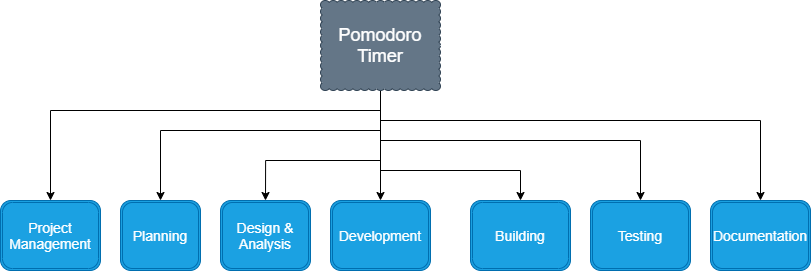
Earlier version of the draw.io export WBS.drawio.png (asherbav/WBS). Source tidied: cells renumbered, new cells last; positions are measured from the earlier drawing's top-left corner, leaving out a move shared by most shapes.
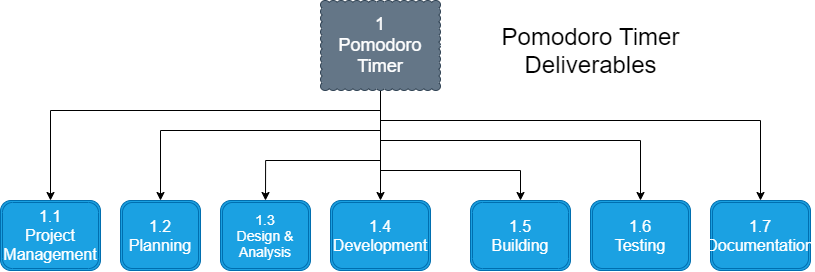
The same diagram one commit later.

Diff of the diagram source:
```diff
@@ -2,80 +2,83 @@
   <root>
     <mxCell id="0" />
     <mxCell id="1" parent="0" />
-    <mxCell id="2" style="edgeStyle=orthogonalEdgeStyle;rounded=0;jettySize=auto;html=1;entryX=0.5;entryY=0;entryDx=0;entryDy=0;" parent="1" edge="1" source="9" target="10">
-      <mxGeometry relative="1" as="geometry">
-        <Array as="points">
-          <mxPoint x="380" y="110" />
-          <mxPoint x="50" y="110" />
-        </Array>
-      </mxGeometry>
-    </mxCell>
-    <mxCell id="3" style="edgeStyle=orthogonalEdgeStyle;rounded=0;jettySize=auto;html=1;entryX=0.5;entryY=0;entryDx=0;entryDy=0;" parent="1" edge="1" source="9" target="16">
-      <mxGeometry relative="1" as="geometry">
-        <Array as="points">
-          <mxPoint x="380" y="120" />
-          <mxPoint x="760" y="120" />
-        </Array>
-      </mxGeometry>
-    </mxCell>
-    <mxCell id="4" style="edgeStyle=orthogonalEdgeStyle;rounded=0;jettySize=auto;html=1;entryX=0.5;entryY=0;entryDx=0;entryDy=0;" parent="1" edge="1" source="9" target="15">
-      <mxGeometry relative="1" as="geometry">
-        <Array as="points">
-          <mxPoint x="380" y="140" />
-          <mxPoint x="640" y="140" />
-        </Array>
-      </mxGeometry>
-    </mxCell>
-    <mxCell id="5" style="edgeStyle=orthogonalEdgeStyle;rounded=0;jettySize=auto;html=1;entryX=0.5;entryY=0;entryDx=0;entryDy=0;" parent="1" edge="1" source="9" target="11">
-      <mxGeometry relative="1" as="geometry">
-        <Array as="points">
-          <mxPoint x="380" y="130" />
-          <mxPoint x="160" y="130" />
-        </Array>
-      </mxGeometry>
-    </mxCell>
-    <mxCell id="6" style="edgeStyle=orthogonalEdgeStyle;rounded=0;jettySize=auto;html=1;entryX=0.5;entryY=0;entryDx=0;entryDy=0;" parent="1" edge="1" source="9" target="14">
-      <mxGeometry relative="1" as="geometry">
-        <Array as="points">
-          <mxPoint x="380" y="170" />
-          <mxPoint x="520" y="170" />
-        </Array>
-      </mxGeometry>
-    </mxCell>
-    <mxCell id="7" style="edgeStyle=orthogonalEdgeStyle;rounded=0;jettySize=auto;html=1;" parent="1" edge="1" source="9" target="13">
-      <mxGeometry relative="1" as="geometry" />
-    </mxCell>
-    <mxCell id="8" style="edgeStyle=orthogonalEdgeStyle;rounded=0;jettySize=auto;html=1;entryX=0.5;entryY=0;entryDx=0;entryDy=0;" parent="1" edge="1" source="9" target="12">
-      <mxGeometry relative="1" as="geometry">
-        <Array as="points">
-          <mxPoint x="380" y="160" />
-          <mxPoint x="265" y="160" />
-        </Array>
-      </mxGeometry>
-    </mxCell>
-    <mxCell id="9" value="&lt;font style=&quot;font-size: 18px&quot;&gt;Pomodoro Timer&lt;/font&gt;" style="whiteSpace=wrap;html=1;shape=mxgraph.basic.cloud_rect;fillColor=#647687;strokeColor=#314354;fontColor=#ffffff;" parent="1" vertex="1">
-      <mxGeometry x="320" width="120" height="90" as="geometry" />
+    <mxCell id="9" style="edgeStyle=orthogonalEdgeStyle;rounded=0;jettySize=auto;html=1;entryX=0.5;entryY=0;entryDx=0;entryDy=0;" parent="1" edge="1" source="15" target="16">
+      <mxGeometry relative="1" as="geometry">
+        <Array as="points">
+          <mxPoint x="380" y="110" />
+          <mxPoint x="50" y="110" />
+        </Array>
+      </mxGeometry>
     </mxCell>
-    <mxCell id="10" value="&lt;font style=&quot;font-size: 14px&quot;&gt;Project Management&lt;/font&gt;" style="shape=ext;double=1;rounded=1;whiteSpace=wrap;html=1;fillColor=#1ba1e2;strokeColor=#006EAF;fontColor=#ffffff;" parent="1" vertex="1">
-      <mxGeometry y="200" width="100" height="70" as="geometry" />
+    <mxCell id="10" style="edgeStyle=orthogonalEdgeStyle;rounded=0;jettySize=auto;html=1;entryX=0.5;entryY=0;entryDx=0;entryDy=0;" parent="1" edge="1" source="15" target="19">
+      <mxGeometry relative="1" as="geometry">
+        <Array as="points">
+          <mxPoint x="380" y="120" />
+          <mxPoint x="760" y="120" />
+        </Array>
+      </mxGeometry>
     </mxCell>
-    <mxCell id="11" value="&lt;font style=&quot;font-size: 14px&quot;&gt;Planning&lt;/font&gt;" style="shape=ext;double=1;rounded=1;whiteSpace=wrap;html=1;fillColor=#1ba1e2;strokeColor=#006EAF;fontColor=#ffffff;" parent="1" vertex="1">
-      <mxGeometry x="120" y="200" width="80" height="70" as="geometry" />
+    <mxCell id="11" style="edgeStyle=orthogonalEdgeStyle;rounded=0;jettySize=auto;html=1;entryX=0.5;entryY=0;entryDx=0;entryDy=0;" parent="1" edge="1" source="15" target="5">
+      <mxGeometry relative="1" as="geometry">
+        <Array as="points">
+          <mxPoint x="380" y="140" />
+          <mxPoint x="640" y="140" />
+        </Array>
+      </mxGeometry>
     </mxCell>
-    <mxCell id="12" value="&lt;font style=&quot;font-size: 14px&quot;&gt;Design &amp;amp; Analysis&lt;/font&gt;" style="shape=ext;double=1;rounded=1;whiteSpace=wrap;html=1;fillColor=#1ba1e2;strokeColor=#006EAF;fontColor=#ffffff;" parent="1" vertex="1">
-      <mxGeometry x="220" y="200" width="90" height="70" as="geometry" />
+    <mxCell id="12" style="edgeStyle=orthogonalEdgeStyle;rounded=0;jettySize=auto;html=1;entryX=0.5;entryY=0;entryDx=0;entryDy=0;" parent="1" edge="1" source="15" target="2">
+      <mxGeometry relative="1" as="geometry">
+        <Array as="points">
+          <mxPoint x="380" y="130" />
+          <mxPoint x="160" y="130" />
+        </Array>
+      </mxGeometry>
     </mxCell>
-    <mxCell id="13" value="&lt;font style=&quot;font-size: 14px&quot;&gt;Development&lt;/font&gt;" style="shape=ext;double=1;rounded=1;whiteSpace=wrap;html=1;fillColor=#1ba1e2;strokeColor=#006EAF;fontColor=#ffffff;" parent="1" vertex="1">
-      <mxGeometry x="330" y="200" width="100" height="70" as="geometry" />
+    <mxCell id="13" style="edgeStyle=orthogonalEdgeStyle;rounded=0;jettySize=auto;html=1;entryX=0.5;entryY=0;entryDx=0;entryDy=0;" parent="1" edge="1" source="15" target="4">
+      <mxGeometry relative="1" as="geometry">
+        <Array as="points">
+          <mxPoint x="380" y="170" />
+          <mxPoint x="520" y="170" />
+        </Array>
+      </mxGeometry>
     </mxCell>
+    <mxCell id="17" style="edgeStyle=orthogonalEdgeStyle;rounded=0;jettySize=auto;html=1;" parent="1" edge="1" source="15" target="3">
+      <mxGeometry relative="1" as="geometry" />
+    </mxCell>
-    <mxCell id="14" value="&lt;font style=&quot;font-size: 14px&quot;&gt;Building&lt;/font&gt;" style="shape=ext;double=1;rounded=1;whiteSpace=wrap;html=1;fillColor=#1ba1e2;strokeColor=#006EAF;fontColor=#ffffff;" parent="1" vertex="1">
-      <mxGeometry x="470" y="200" width="100" height="70" as="geometry" />
+    <mxCell id="14" style="edgeStyle=orthogonalEdgeStyle;rounded=0;jettySize=auto;html=1;entryX=0.5;entryY=0;entryDx=0;entryDy=0;" parent="1" edge="1" source="15" target="18">
+      <mxGeometry relative="1" as="geometry">
+        <Array as="points">
+          <mxPoint x="380" y="160" />
+          <mxPoint x="265" y="160" />
+        </Array>
+      </mxGeometry>
     </mxCell>
-    <mxCell id="15" value="&lt;font style=&quot;font-size: 14px&quot;&gt;Testing&lt;/font&gt;" style="shape=ext;double=1;rounded=1;whiteSpace=wrap;html=1;fillColor=#1ba1e2;strokeColor=#006EAF;fontColor=#ffffff;" parent="1" vertex="1">
-      <mxGeometry x="590" y="200" width="100" height="70" as="geometry" />
+    <mxCell id="15" value="&lt;font style=&quot;font-size: 18px&quot;&gt;1&lt;br&gt;Pomodoro Timer&lt;/font&gt;" style="whiteSpace=wrap;html=1;shape=mxgraph.basic.cloud_rect;fillColor=#647687;strokeColor=#314354;fontColor=#ffffff;" parent="1" vertex="1">
+      <mxGeometry x="320" width="120" height="90" as="geometry" />
     </mxCell>
-    <mxCell id="16" value="&lt;font style=&quot;font-size: 14px&quot;&gt;Documentation&lt;/font&gt;" style="shape=ext;double=1;rounded=1;whiteSpace=wrap;html=1;fillColor=#1ba1e2;strokeColor=#006EAF;fontColor=#ffffff;" parent="1" vertex="1">
-      <mxGeometry x="710" y="200" width="100" height="70" as="geometry" />
+    <mxCell id="16" value="&lt;font style=&quot;font-size: 16px&quot;&gt;1.1&lt;br&gt;Project Management&lt;/font&gt;" style="shape=ext;double=1;rounded=1;whiteSpace=wrap;html=1;fillColor=#1ba1e2;strokeColor=#006EAF;fontColor=#ffffff;" parent="1" vertex="1">
+      <mxGeometry y="200" width="100" height="70" as="geometry" />
     </mxCell>
+    <mxCell id="2" value="&lt;font style=&quot;font-size: 16px&quot;&gt;1.2&lt;br&gt;Planning&lt;/font&gt;" style="shape=ext;double=1;rounded=1;whiteSpace=wrap;html=1;fillColor=#1ba1e2;strokeColor=#006EAF;fontColor=#ffffff;" parent="1" vertex="1">
+      <mxGeometry x="120" y="200" width="80" height="70" as="geometry" />
+    </mxCell>
+    <mxCell id="18" value="&lt;font style=&quot;font-size: 14px&quot;&gt;1.3&lt;br&gt;Design &amp;amp; Analysis&lt;/font&gt;" style="shape=ext;double=1;rounded=1;whiteSpace=wrap;html=1;fillColor=#1ba1e2;strokeColor=#006EAF;fontColor=#ffffff;" parent="1" vertex="1">
+      <mxGeometry x="220" y="200" width="90" height="70" as="geometry" />
+    </mxCell>
+    <mxCell id="3" value="&lt;font style=&quot;font-size: 16px&quot;&gt;1.4&lt;br&gt;Development&lt;/font&gt;" style="shape=ext;double=1;rounded=1;whiteSpace=wrap;html=1;fillColor=#1ba1e2;strokeColor=#006EAF;fontColor=#ffffff;" parent="1" vertex="1">
+      <mxGeometry x="330" y="200" width="100" height="70" as="geometry" />
+    </mxCell>
+    <mxCell id="4" value="&lt;font style=&quot;font-size: 16px&quot;&gt;1.5&lt;br&gt;Building&lt;/font&gt;" style="shape=ext;double=1;rounded=1;whiteSpace=wrap;html=1;fillColor=#1ba1e2;strokeColor=#006EAF;fontColor=#ffffff;" parent="1" vertex="1">
+      <mxGeometry x="470" y="200" width="100" height="70" as="geometry" />
+    </mxCell>
+    <mxCell id="5" value="&lt;font style=&quot;font-size: 16px&quot;&gt;1.6&lt;br&gt;Testing&lt;/font&gt;" style="shape=ext;double=1;rounded=1;whiteSpace=wrap;html=1;fillColor=#1ba1e2;strokeColor=#006EAF;fontColor=#ffffff;" parent="1" vertex="1">
+      <mxGeometry x="590" y="200" width="100" height="70" as="geometry" />
+    </mxCell>
+    <mxCell id="19" value="&lt;font style=&quot;font-size: 16px&quot;&gt;1.7&lt;br&gt;Documentation&lt;/font&gt;" style="shape=ext;double=1;rounded=1;whiteSpace=wrap;html=1;fillColor=#1ba1e2;strokeColor=#006EAF;fontColor=#ffffff;" parent="1" vertex="1">
+      <mxGeometry x="710" y="200" width="100" height="70" as="geometry" />
+    </mxCell>
+    <mxCell id="20" value="&lt;font style=&quot;font-size: 24px&quot;&gt;Pomodoro Timer&lt;br&gt;Deliverables&lt;/font&gt;" style="text;html=1;align=center;verticalAlign=middle;" parent="1" vertex="1">
+      <mxGeometry x="495" y="30" width="190" height="40" as="geometry" />
+    </mxCell>
   </root>
 </mxGraphModel>
```
